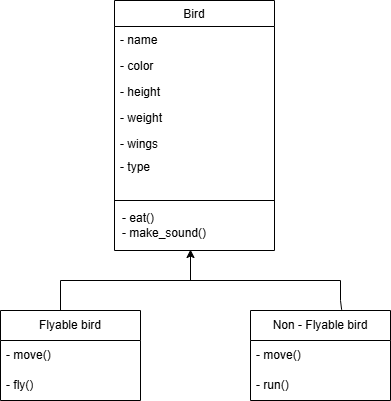
Above: Class_Diagram_and_Implementation/Bird/bird.drawio.png in ashu7mishra/LLD (draw.io), before the change. Source tidied: cells renumbered, new cells last; positions are measured from the earlier drawing's top-left corner, leaving out a move shared by most shapes.
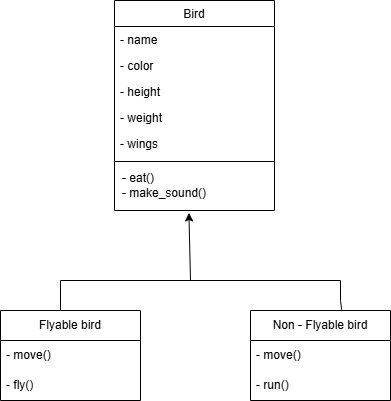
Above is the later version.

What changed in the source:
```diff
@@ -2,11 +2,14 @@
   <root>
     <mxCell id="0" />
     <mxCell id="1" parent="0" />
+    <mxCell id="22" style="group;" parent="1" vertex="1">
+      <mxGeometry width="390" height="400" as="geometry" />
+    </mxCell>
-    <mxCell id="2" style="group;" parent="1" vertex="1">
+    <mxCell id="2" style="group;" parent="22" vertex="1">
       <mxGeometry x="114" width="160" height="250" as="geometry" />
     </mxCell>
     <mxCell id="3" value="Bird" style="swimlane;fontStyle=0;align=center;verticalAlign=top;horizontal=1;startSize=26;rounded=0;shadow=0;strokeWidth=1;" parent="2" vertex="1">
-      <mxGeometry width="160" height="250" as="geometry" />
+      <mxGeometry width="160" height="210" as="geometry" />
     </mxCell>
     <mxCell id="4" value="- name" style="text;align=left;verticalAlign=top;spacingLeft=4;spacingRight=4;overflow=hidden;" parent="3" vertex="1">
       <mxGeometry y="26" width="160" height="26" as="geometry" />
@@ -23,19 +26,16 @@
     <mxCell id="8" value="- wings" style="text;align=left;verticalAlign=top;spacingLeft=4;spacingRight=4;overflow=hidden;rounded=0;shadow=0;html=0;" parent="3" vertex="1">
       <mxGeometry y="130" width="160" height="26" as="geometry" />
     </mxCell>
-    <mxCell id="9" value="- type" style="text;align=left;verticalAlign=top;spacingLeft=4;spacingRight=4;overflow=hidden;rounded=0;shadow=0;html=0;" parent="2" vertex="1">
-      <mxGeometry y="153" width="160" height="26" as="geometry" />
-    </mxCell>
     <mxCell id="10" style="endArrow=none;html=1;rounded=0;" parent="2" edge="1">
       <mxGeometry relative="1" as="geometry">
-        <mxPoint y="200" as="sourcePoint" />
-        <mxPoint x="160" y="200" as="targetPoint" />
+        <mxPoint y="161" as="sourcePoint" />
+        <mxPoint x="160" y="161" as="targetPoint" />
       </mxGeometry>
     </mxCell>
     <mxCell id="11" value="- eat()&lt;div&gt;- make_sound()&lt;/div&gt;" style="text;html=1;align=left;verticalAlign=middle;whiteSpace=wrap;rounded=0;" parent="2" vertex="1">
-      <mxGeometry x="6" y="200" width="150" height="50" as="geometry" />
+      <mxGeometry x="6" y="160" width="150" height="50" as="geometry" />
     </mxCell>
-    <mxCell id="12" value="Flyable bird" style="swimlane;fontStyle=0;horizontal=1;startSize=30;whiteSpace=wrap;html=1;" parent="1" vertex="1">
+    <mxCell id="12" value="Flyable bird" style="swimlane;fontStyle=0;horizontal=1;startSize=30;whiteSpace=wrap;html=1;" parent="22" vertex="1">
       <mxGeometry y="310" width="140" height="90" as="geometry" />
     </mxCell>
     <mxCell id="13" value="- move()" style="text;strokeColor=none;fillColor=none;align=left;verticalAlign=middle;spacingLeft=4;spacingRight=4;overflow=hidden;whiteSpace=wrap;html=1;" parent="12" vertex="1">
@@ -44,7 +44,7 @@
     <mxCell id="14" value="- fly()" style="text;strokeColor=none;fillColor=none;align=left;verticalAlign=middle;spacingLeft=4;spacingRight=4;overflow=hidden;whiteSpace=wrap;html=1;" parent="12" vertex="1">
       <mxGeometry y="60" width="140" height="30" as="geometry" />
     </mxCell>
-    <mxCell id="15" value="Non - Flyable bird" style="swimlane;fontStyle=0;horizontal=1;startSize=30;whiteSpace=wrap;html=1;" parent="1" vertex="1">
+    <mxCell id="15" value="Non - Flyable bird" style="swimlane;fontStyle=0;horizontal=1;startSize=30;whiteSpace=wrap;html=1;" parent="22" vertex="1">
       <mxGeometry x="250" y="310" width="140" height="90" as="geometry" />
     </mxCell>
     <mxCell id="16" value="- move()" style="text;strokeColor=none;fillColor=none;align=left;verticalAlign=middle;spacingLeft=4;spacingRight=4;overflow=hidden;whiteSpace=wrap;html=1;" parent="15" vertex="1">
@@ -53,19 +53,19 @@
     <mxCell id="17" value="- run()" style="text;strokeColor=none;fillColor=none;align=left;verticalAlign=middle;spacingLeft=4;spacingRight=4;overflow=hidden;whiteSpace=wrap;html=1;" parent="15" vertex="1">
       <mxGeometry y="60" width="140" height="30" as="geometry" />
     </mxCell>
-    <mxCell id="18" style="endArrow=none;html=1;rounded=0;" parent="1" edge="1">
+    <mxCell id="18" style="endArrow=none;html=1;rounded=0;" parent="22" edge="1">
       <mxGeometry relative="1" as="geometry">
         <mxPoint x="60" y="280" as="sourcePoint" />
         <mxPoint x="340" y="280" as="targetPoint" />
       </mxGeometry>
     </mxCell>
-    <mxCell id="19" style="endArrow=none;html=1;rounded=0;" parent="1" edge="1">
+    <mxCell id="19" style="endArrow=none;html=1;rounded=0;" parent="22" edge="1">
       <mxGeometry relative="1" as="geometry">
         <mxPoint x="60" y="310" as="sourcePoint" />
         <mxPoint x="60" y="280" as="targetPoint" />
       </mxGeometry>
     </mxCell>
-    <mxCell id="20" style="endArrow=none;html=1;rounded=0;exitX=0.651;exitY=-0.009;exitDx=0;exitDy=0;exitPerimeter=0;" parent="1" edge="1" source="15">
+    <mxCell id="20" style="endArrow=none;html=1;rounded=0;exitX=0.651;exitY=-0.009;exitDx=0;exitDy=0;exitPerimeter=0;" parent="22" edge="1" source="15">
       <mxGeometry relative="1" as="geometry">
         <mxPoint x="340" y="280" as="targetPoint" />
         <Array as="points">
@@ -73,10 +73,9 @@
         </Array>
       </mxGeometry>
     </mxCell>
-    <mxCell id="21" style="endArrow=classic;html=1;rounded=0;" parent="1" edge="1">
+    <mxCell id="21" style="endArrow=classic;html=1;rounded=0;entryX=0.456;entryY=1.048;entryDx=0;entryDy=0;entryPerimeter=0;" parent="22" edge="1" target="11">
       <mxGeometry relative="1" as="geometry">
         <mxPoint x="190" y="280" as="sourcePoint" />
-        <mxPoint x="190" y="249" as="targetPoint" />
       </mxGeometry>
     </mxCell>
   </root>
```
